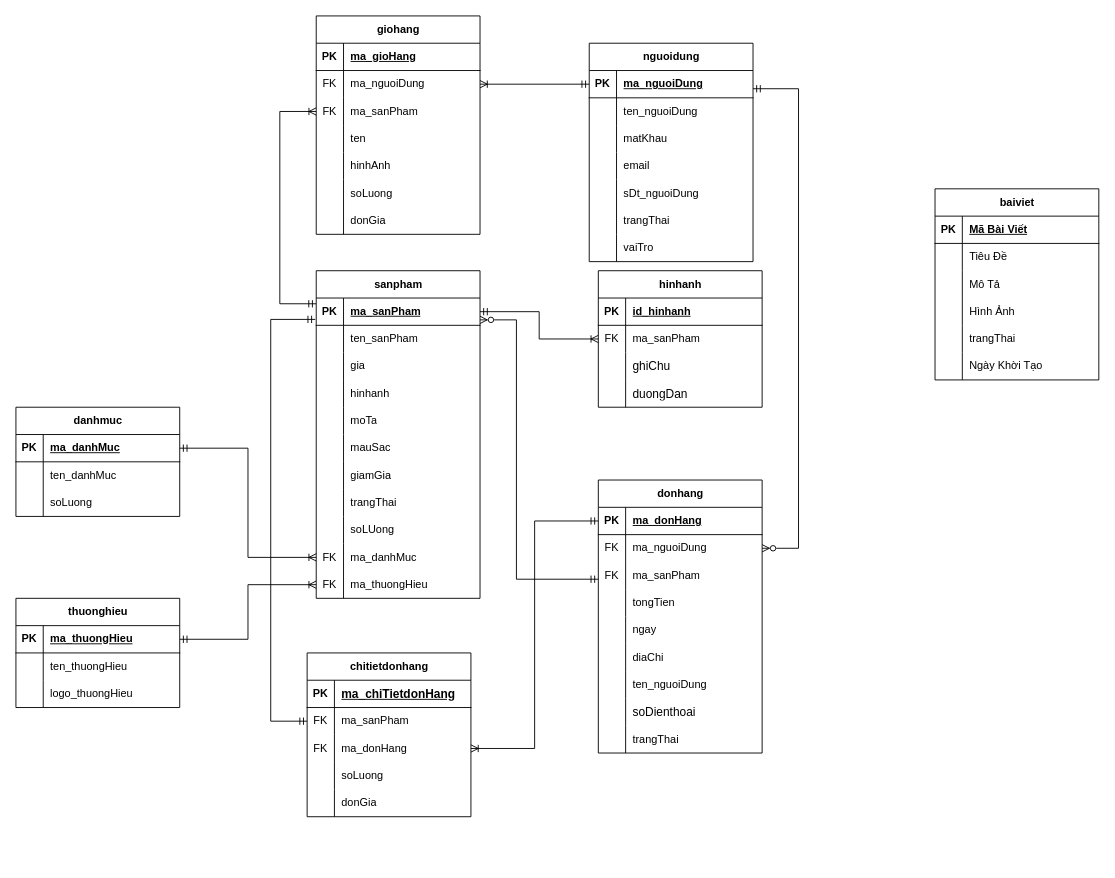
This is Untitled Diagram.drawio from Blion00/Blion00, a draw.io file, before an edit. Source tidied: cells renumbered, new cells numbered last; positions are measured from the earlier drawing's top-left corner, leaving out a move shared by most shapes. Both pictures are drawn from the tidied source at 91%, with x=0, y=0 at pixel (15, 15).
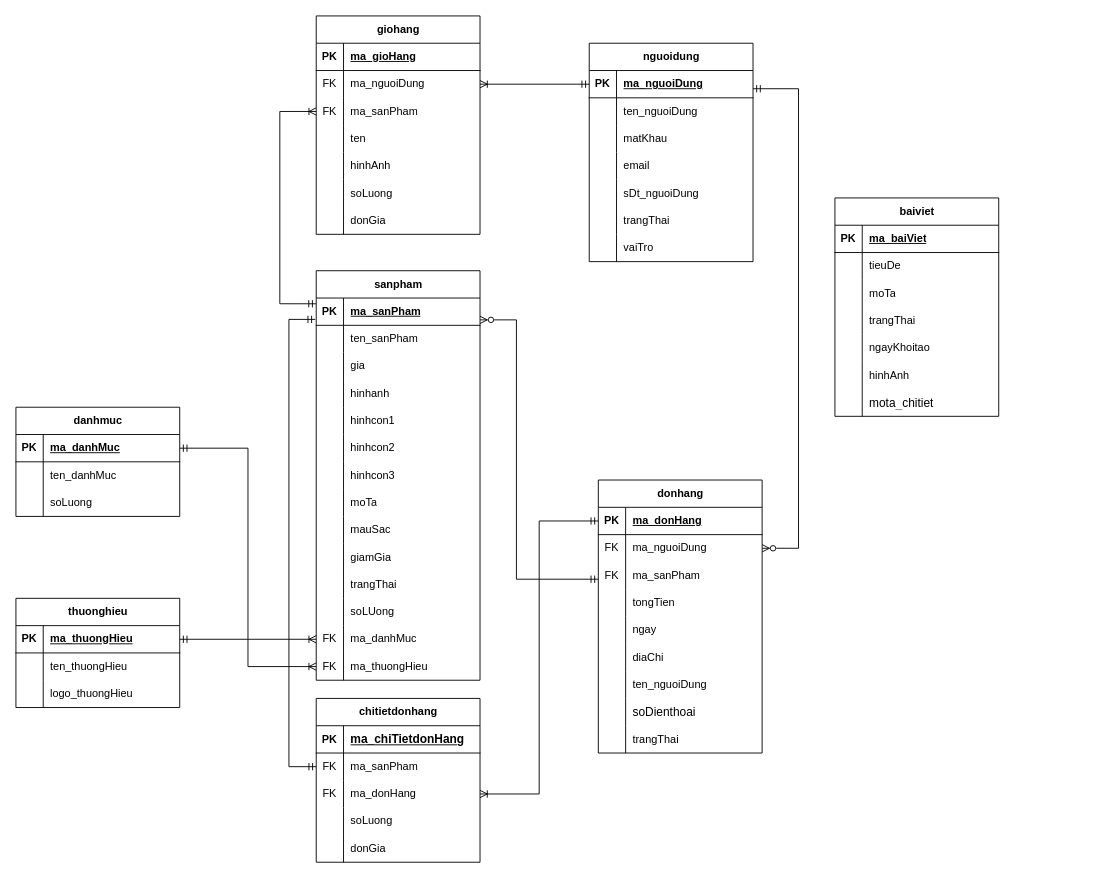
Above is the later version.

The change refers to these unchanged cells:
```xml
<mxCell id="3" style="shape=tableRow;horizontal=0;startSize=0;swimlaneHead=0;swimlaneBody=0;fillColor=none;points=[[0,0.5],[1,0.5]];portConstraint=eastwest;top=0;left=0;right=0;bottom=1;" parent="2" vertex="1">
  <mxGeometry y="30" width="180" height="30" as="geometry" />
</mxCell>
<mxCell id="50" style="shape=tableRow;horizontal=0;startSize=0;swimlaneHead=0;swimlaneBody=0;fillColor=none;points=[[0,0.5],[1,0.5]];portConstraint=eastwest;top=0;left=0;right=0;bottom=0;" parent="46" vertex="1">
  <mxGeometry y="60" width="180" height="30" as="geometry" />
</mxCell>
<mxCell id="140" style="shape=tableRow;horizontal=0;startSize=0;swimlaneHead=0;swimlaneBody=0;fillColor=none;top=0;left=0;right=0;bottom=1;" parent="139" vertex="1">
  <mxGeometry y="30" width="180" height="30" as="geometry" />
</mxCell>
<mxCell id="143" style="shape=tableRow;horizontal=0;startSize=0;swimlaneHead=0;swimlaneBody=0;fillColor=none;top=0;left=0;right=0;bottom=0;" parent="139" vertex="1">
  <mxGeometry y="60" width="180" height="30" as="geometry" />
</mxCell>
<mxCell id="146" style="shape=tableRow;horizontal=0;startSize=0;swimlaneHead=0;swimlaneBody=0;fillColor=none;top=0;left=0;right=0;bottom=0;" parent="139" vertex="1">
  <mxGeometry y="90" width="180" height="30" as="geometry" />
</mxCell>
```

The edit, as a diff of the source:
```diff
@@
-<mxGraphModel>
+<mxGraphModel background="#FFFFFF">
@@
     <mxCell id="2" value="sanpham" style="shape=table;startSize=30;childLayout=tableLayout;rowLines=0;fontStyle=1;align=center;html=1;" parent="1" vertex="1">
-      <mxGeometry x="330" y="280" width="180" height="360" as="geometry" />
+      <mxGeometry x="330" y="280" width="180" height="450" as="geometry" />
     </mxCell>
@@
+    <mxCell id="185" style="shape=tableRow;horizontal=0;startSize=0;swimlaneHead=0;swimlaneBody=0;fillColor=none;top=0;left=0;right=0;bottom=0;" parent="2" vertex="1">
+      <mxGeometry y="150" width="180" height="30" as="geometry" />
+    </mxCell>
+    <mxCell id="186" style="shape=partialRectangle;fillColor=none;top=0;left=0;bottom=0;right=0;overflow=hidden;whiteSpace=wrap;html=1;" parent="185" vertex="1">
+      <mxGeometry width="30" height="30" as="geometry" />
+    </mxCell>
+    <mxCell id="187" value="hinhcon1" style="shape=partialRectangle;fillColor=none;top=0;left=0;bottom=0;right=0;align=left;spacingLeft=6;overflow=hidden;whiteSpace=wrap;html=1;" parent="185" vertex="1">
+      <mxGeometry x="30" width="150" height="30" as="geometry" />
+    </mxCell>
+    <mxCell id="188" style="shape=tableRow;horizontal=0;startSize=0;swimlaneHead=0;swimlaneBody=0;fillColor=none;top=0;left=0;right=0;bottom=0;" parent="2" vertex="1">
+      <mxGeometry y="180" width="180" height="30" as="geometry" />
+    </mxCell>
+    <mxCell id="189" style="shape=partialRectangle;fillColor=none;top=0;left=0;bottom=0;right=0;overflow=hidden;whiteSpace=wrap;html=1;" parent="188" vertex="1">
+      <mxGeometry width="30" height="30" as="geometry" />
+    </mxCell>
+    <mxCell id="190" value="hinhcon2" style="shape=partialRectangle;fillColor=none;top=0;left=0;bottom=0;right=0;align=left;spacingLeft=6;overflow=hidden;whiteSpace=wrap;html=1;" parent="188" vertex="1">
+      <mxGeometry x="30" width="150" height="30" as="geometry" />
+    </mxCell>
+    <mxCell id="191" style="shape=tableRow;horizontal=0;startSize=0;swimlaneHead=0;swimlaneBody=0;fillColor=none;top=0;left=0;right=0;bottom=0;" parent="2" vertex="1">
+      <mxGeometry y="210" width="180" height="30" as="geometry" />
+    </mxCell>
+    <mxCell id="192" style="shape=partialRectangle;fillColor=none;top=0;left=0;bottom=0;right=0;overflow=hidden;whiteSpace=wrap;html=1;" parent="191" vertex="1">
+      <mxGeometry width="30" height="30" as="geometry" />
+    </mxCell>
+    <mxCell id="193" value="hinhcon3" style="shape=partialRectangle;fillColor=none;top=0;left=0;bottom=0;right=0;align=left;spacingLeft=6;overflow=hidden;whiteSpace=wrap;html=1;" parent="191" vertex="1">
+      <mxGeometry x="30" width="150" height="30" as="geometry" />
+    </mxCell>
     <mxCell id="15" style="shape=tableRow;horizontal=0;startSize=0;swimlaneHead=0;swimlaneBody=0;fillColor=none;top=0;left=0;right=0;bottom=0;" parent="2" vertex="1">
-      <mxGeometry y="150" width="180" height="30" as="geometry" />
+      <mxGeometry y="240" width="180" height="30" as="geometry" />
     </mxCell>
@@
     <mxCell id="18" style="shape=tableRow;horizontal=0;startSize=0;swimlaneHead=0;swimlaneBody=0;fillColor=none;top=0;left=0;right=0;bottom=0;" parent="2" vertex="1">
-      <mxGeometry y="180" width="180" height="30" as="geometry" />
+      <mxGeometry y="270" width="180" height="30" as="geometry" />
     </mxCell>
@@
     <mxCell id="21" style="shape=tableRow;horizontal=0;startSize=0;swimlaneHead=0;swimlaneBody=0;fillColor=none;top=0;left=0;right=0;bottom=0;" parent="2" vertex="1">
-      <mxGeometry y="210" width="180" height="30" as="geometry" />
+      <mxGeometry y="300" width="180" height="30" as="geometry" />
     </mxCell>
@@
     <mxCell id="24" style="shape=tableRow;horizontal=0;startSize=0;swimlaneHead=0;swimlaneBody=0;fillColor=none;top=0;left=0;right=0;bottom=0;" parent="2" vertex="1">
-      <mxGeometry y="240" width="180" height="30" as="geometry" />
+      <mxGeometry y="330" width="180" height="30" as="geometry" />
     </mxCell>
@@
     <mxCell id="27" style="shape=tableRow;horizontal=0;startSize=0;swimlaneHead=0;swimlaneBody=0;fillColor=none;top=0;left=0;right=0;bottom=0;" parent="2" vertex="1">
-      <mxGeometry y="270" width="180" height="30" as="geometry" />
+      <mxGeometry y="360" width="180" height="30" as="geometry" />
     </mxCell>
@@
     <mxCell id="30" style="shape=tableRow;horizontal=0;startSize=0;swimlaneHead=0;swimlaneBody=0;fillColor=none;points=[[0,0.5],[1,0.5]];portConstraint=eastwest;top=0;left=0;right=0;bottom=0;" parent="2" vertex="1">
-      <mxGeometry y="300" width="180" height="30" as="geometry" />
+      <mxGeometry y="390" width="180" height="30" as="geometry" />
     </mxCell>
@@
     <mxCell id="33" style="shape=tableRow;horizontal=0;startSize=0;swimlaneHead=0;swimlaneBody=0;fillColor=none;points=[[0,0.5],[1,0.5]];portConstraint=eastwest;top=0;left=0;right=0;bottom=0;" parent="2" vertex="1">
-      <mxGeometry y="330" width="180" height="30" as="geometry" />
+      <mxGeometry y="420" width="180" height="30" as="geometry" />
     </mxCell>
@@
     <mxCell id="46" value="chitietdonhang" style="shape=table;startSize=30;childLayout=tableLayout;rowLines=0;fontStyle=1;align=center;html=1;" parent="1" vertex="1">
-      <mxGeometry x="320" y="700" width="180" height="180" as="geometry" />
+      <mxGeometry x="330" y="750" width="180" height="180" as="geometry" />
     </mxCell>
@@
     <mxCell id="136" style="edgeStyle=orthogonalEdgeStyle;fontSize=12;html=1;endArrow=ERmandOne;startArrow=ERmandOne;rounded=0;exitX=-0.006;exitY=0.783;exitDx=0;exitDy=0;entryX=0;entryY=0.5;entryDx=0;entryDy=0;endFill=0;exitPerimeter=0;" parent="1" edge="1" source="3" target="50">
       <mxGeometry relative="1" as="geometry">
         <Array as="points">
-          <mxPoint x="280" y="334" />
-          <mxPoint x="280" y="775" />
+          <mxPoint x="300" y="334" />
+          <mxPoint x="300" y="825" />
         </Array>
       </mxGeometry>
     </mxCell>
@@
     <mxCell id="139" value="baiviet" style="shape=table;startSize=30;childLayout=tableLayout;rowLines=0;fontStyle=1;align=center;html=1;" parent="1" vertex="1">
-      <mxGeometry x="1010" y="190" width="180" height="210" as="geometry" />
+      <mxGeometry x="900" y="200" width="180" height="240" as="geometry" />
     </mxCell>
@@
-    <mxCell id="142" value="Mã Bài Viết" style="shape=partialRectangle;fillColor=none;top=0;left=0;bottom=0;right=0;align=left;spacingLeft=6;fontStyle=5;overflow=hidden;whiteSpace=wrap;html=1;" parent="140" vertex="1">
+    <mxCell id="142" value="ma_baiViet" style="shape=partialRectangle;fillColor=none;top=0;left=0;bottom=0;right=0;align=left;spacingLeft=6;fontStyle=5;overflow=hidden;whiteSpace=wrap;html=1;" parent="140" vertex="1">
       <mxGeometry x="30" width="150" height="30" as="geometry" />
     </mxCell>
@@
-    <mxCell id="145" value="Tiêu Đề" style="shape=partialRectangle;fillColor=none;top=0;left=0;bottom=0;right=0;align=left;spacingLeft=6;overflow=hidden;whiteSpace=wrap;html=1;" parent="143" vertex="1">
+    <mxCell id="145" value="tieuDe" style="shape=partialRectangle;fillColor=none;top=0;left=0;bottom=0;right=0;align=left;spacingLeft=6;overflow=hidden;whiteSpace=wrap;html=1;" parent="143" vertex="1">
       <mxGeometry x="30" width="150" height="30" as="geometry" />
     </mxCell>
@@
-    <mxCell id="148" value="Mô Tả" style="shape=partialRectangle;fillColor=none;top=0;left=0;bottom=0;right=0;align=left;spacingLeft=6;overflow=hidden;whiteSpace=wrap;html=1;" parent="146" vertex="1">
+    <mxCell id="148" value="moTa" style="shape=partialRectangle;fillColor=none;top=0;left=0;bottom=0;right=0;align=left;spacingLeft=6;overflow=hidden;whiteSpace=wrap;html=1;" parent="146" vertex="1">
       <mxGeometry x="30" width="150" height="30" as="geometry" />
     </mxCell>
-    <mxCell id="149" style="shape=tableRow;horizontal=0;startSize=0;swimlaneHead=0;swimlaneBody=0;fillColor=none;top=0;left=0;right=0;bottom=0;" parent="139" vertex="1">
-      <mxGeometry y="120" width="180" height="30" as="geometry" />
-    </mxCell>
-    <mxCell id="150" style="shape=partialRectangle;fillColor=none;top=0;left=0;bottom=0;right=0;overflow=hidden;whiteSpace=wrap;html=1;" parent="149" vertex="1">
-      <mxGeometry width="30" height="30" as="geometry" />
-    </mxCell>
-    <mxCell id="151" value="Hình Ảnh" style="shape=partialRectangle;fillColor=none;top=0;left=0;bottom=0;right=0;align=left;spacingLeft=6;overflow=hidden;whiteSpace=wrap;html=1;" parent="149" vertex="1">
-      <mxGeometry x="30" width="150" height="30" as="geometry" />
-    </mxCell>
     <mxCell id="152" style="shape=tableRow;horizontal=0;startSize=0;swimlaneHead=0;swimlaneBody=0;fillColor=none;top=0;left=0;right=0;bottom=0;" parent="139" vertex="1">
-      <mxGeometry y="150" width="180" height="30" as="geometry" />
+      <mxGeometry y="120" width="180" height="30" as="geometry" />
     </mxCell>
@@
     <mxCell id="155" style="shape=tableRow;horizontal=0;startSize=0;swimlaneHead=0;swimlaneBody=0;fillColor=none;top=0;left=0;right=0;bottom=0;" parent="139" vertex="1">
-      <mxGeometry y="180" width="180" height="30" as="geometry" />
+      <mxGeometry y="150" width="180" height="30" as="geometry" />
     </mxCell>
@@
-    <mxCell id="157" value="Ngày Khời Tạo" style="shape=partialRectangle;fillColor=none;top=0;left=0;bottom=0;right=0;align=left;spacingLeft=6;overflow=hidden;whiteSpace=wrap;html=1;" parent="155" vertex="1">
+    <mxCell id="157" value="ngayKhoitao" style="shape=partialRectangle;fillColor=none;top=0;left=0;bottom=0;right=0;align=left;spacingLeft=6;overflow=hidden;whiteSpace=wrap;html=1;" parent="155" vertex="1">
       <mxGeometry x="30" width="150" height="30" as="geometry" />
     </mxCell>
+    <mxCell id="149" style="shape=tableRow;horizontal=0;startSize=0;swimlaneHead=0;swimlaneBody=0;fillColor=none;top=0;left=0;right=0;bottom=0;" parent="139" vertex="1">
+      <mxGeometry y="180" width="180" height="30" as="geometry" />
+    </mxCell>
+    <mxCell id="150" style="shape=partialRectangle;fillColor=none;top=0;left=0;bottom=0;right=0;overflow=hidden;whiteSpace=wrap;html=1;" parent="149" vertex="1">
+      <mxGeometry width="30" height="30" as="geometry" />
+    </mxCell>
+    <mxCell id="151" value="hinhAnh" style="shape=partialRectangle;fillColor=none;top=0;left=0;bottom=0;right=0;align=left;spacingLeft=6;overflow=hidden;whiteSpace=wrap;html=1;" parent="149" vertex="1">
+      <mxGeometry x="30" width="150" height="30" as="geometry" />
+    </mxCell>
+    <mxCell id="194" style="shape=tableRow;horizontal=0;startSize=0;swimlaneHead=0;swimlaneBody=0;fillColor=none;top=0;left=0;right=0;bottom=0;" parent="139" vertex="1">
+      <mxGeometry y="210" width="180" height="30" as="geometry" />
+    </mxCell>
+    <mxCell id="195" style="shape=partialRectangle;fillColor=none;top=0;left=0;bottom=0;right=0;overflow=hidden;whiteSpace=wrap;html=1;" parent="194" vertex="1">
+      <mxGeometry width="30" height="30" as="geometry" />
+    </mxCell>
+    <mxCell id="196" value="&lt;span style=&quot;font-family: sans-serif; font-size: 13.12px; text-wrap-mode: nowrap; background-color: rgb(255, 255, 255);&quot;&gt;mota_chitiet&lt;/span&gt;" style="shape=partialRectangle;fillColor=none;top=0;left=0;bottom=0;right=0;align=left;spacingLeft=6;overflow=hidden;whiteSpace=wrap;html=1;" parent="194" vertex="1">
+      <mxGeometry x="30" width="150" height="30" as="geometry" />
+    </mxCell>
@@
-    <mxCell id="171" value="hinhanh" style="shape=table;startSize=30;childLayout=tableLayout;rowLines=0;fontStyle=1;align=center;html=1;" parent="1" vertex="1">
-      <mxGeometry x="640" y="280" width="180" height="150" as="geometry" />
-    </mxCell>
-    <mxCell id="172" style="shape=tableRow;horizontal=0;startSize=0;swimlaneHead=0;swimlaneBody=0;fillColor=none;top=0;left=0;right=0;bottom=1;" parent="171" vertex="1">
-      <mxGeometry y="30" width="180" height="30" as="geometry" />
-    </mxCell>
-    <mxCell id="173" value="PK" style="shape=partialRectangle;fillColor=none;top=0;left=0;bottom=0;right=0;fontStyle=1;overflow=hidden;whiteSpace=wrap;html=1;" parent="172" vertex="1">
-      <mxGeometry width="30" height="30" as="geometry" />
-    </mxCell>
-    <mxCell id="174" value="id_hinhanh" style="shape=partialRectangle;fillColor=none;top=0;left=0;bottom=0;right=0;align=left;spacingLeft=6;fontStyle=5;overflow=hidden;whiteSpace=wrap;html=1;" parent="172" vertex="1">
-      <mxGeometry x="30" width="150" height="30" as="geometry" />
-    </mxCell>
-    <mxCell id="175" style="shape=tableRow;horizontal=0;startSize=0;swimlaneHead=0;swimlaneBody=0;fillColor=none;points=[[0,0.5],[1,0.5]];portConstraint=eastwest;top=0;left=0;right=0;bottom=0;" parent="171" vertex="1">
-      <mxGeometry y="60" width="180" height="30" as="geometry" />
-    </mxCell>
-    <mxCell id="176" value="FK" style="shape=partialRectangle;fillColor=none;top=0;left=0;bottom=0;right=0;overflow=hidden;whiteSpace=wrap;html=1;" parent="175" vertex="1">
-      <mxGeometry width="30" height="30" as="geometry" />
-    </mxCell>
-    <mxCell id="177" value="ma_sanPham" style="shape=partialRectangle;fillColor=none;top=0;left=0;bottom=0;right=0;align=left;spacingLeft=6;overflow=hidden;whiteSpace=wrap;html=1;" parent="175" vertex="1">
-      <mxGeometry x="30" width="150" height="30" as="geometry" />
-    </mxCell>
-    <mxCell id="178" style="shape=tableRow;horizontal=0;startSize=0;swimlaneHead=0;swimlaneBody=0;fillColor=none;top=0;left=0;right=0;bottom=0;" parent="171" vertex="1">
-      <mxGeometry y="90" width="180" height="30" as="geometry" />
-    </mxCell>
-    <mxCell id="179" style="shape=partialRectangle;fillColor=none;top=0;left=0;bottom=0;right=0;overflow=hidden;whiteSpace=wrap;html=1;" parent="178" vertex="1">
-      <mxGeometry width="30" height="30" as="geometry" />
-    </mxCell>
-    <mxCell id="180" value="&lt;span style=&quot;font-family: sans-serif; font-size: 13.12px; text-wrap-mode: nowrap; background-color: rgb(255, 255, 255);&quot;&gt;ghiChu&lt;/span&gt;" style="shape=partialRectangle;fillColor=none;top=0;left=0;bottom=0;right=0;align=left;spacingLeft=6;overflow=hidden;whiteSpace=wrap;html=1;" parent="178" vertex="1">
-      <mxGeometry x="30" width="150" height="30" as="geometry" />
-    </mxCell>
-    <mxCell id="181" style="shape=tableRow;horizontal=0;startSize=0;swimlaneHead=0;swimlaneBody=0;fillColor=none;top=0;left=0;right=0;bottom=0;" parent="171" vertex="1">
-      <mxGeometry y="120" width="180" height="30" as="geometry" />
-    </mxCell>
-    <mxCell id="182" style="shape=partialRectangle;fillColor=none;top=0;left=0;bottom=0;right=0;overflow=hidden;whiteSpace=wrap;html=1;" parent="181" vertex="1">
-      <mxGeometry width="30" height="30" as="geometry" />
-    </mxCell>
-    <mxCell id="183" value="&lt;span style=&quot;font-family: sans-serif; font-size: 13.12px; text-wrap-mode: nowrap; background-color: rgb(255, 255, 255);&quot;&gt;duongDan&lt;/span&gt;" style="shape=partialRectangle;fillColor=none;top=0;left=0;bottom=0;right=0;align=left;spacingLeft=6;overflow=hidden;whiteSpace=wrap;html=1;" parent="181" vertex="1">
-      <mxGeometry x="30" width="150" height="30" as="geometry" />
-    </mxCell>
-    <mxCell id="184" style="edgeStyle=orthogonalEdgeStyle;rounded=0;jettySize=auto;html=1;exitX=0;exitY=0.5;exitDx=0;exitDy=0;entryX=1;entryY=0.5;entryDx=0;entryDy=0;endArrow=ERmandOne;endFill=0;startArrow=ERoneToMany;startFill=0;" parent="1" edge="1" source="175" target="3">
-      <mxGeometry relative="1" as="geometry" />
-    </mxCell>
```
